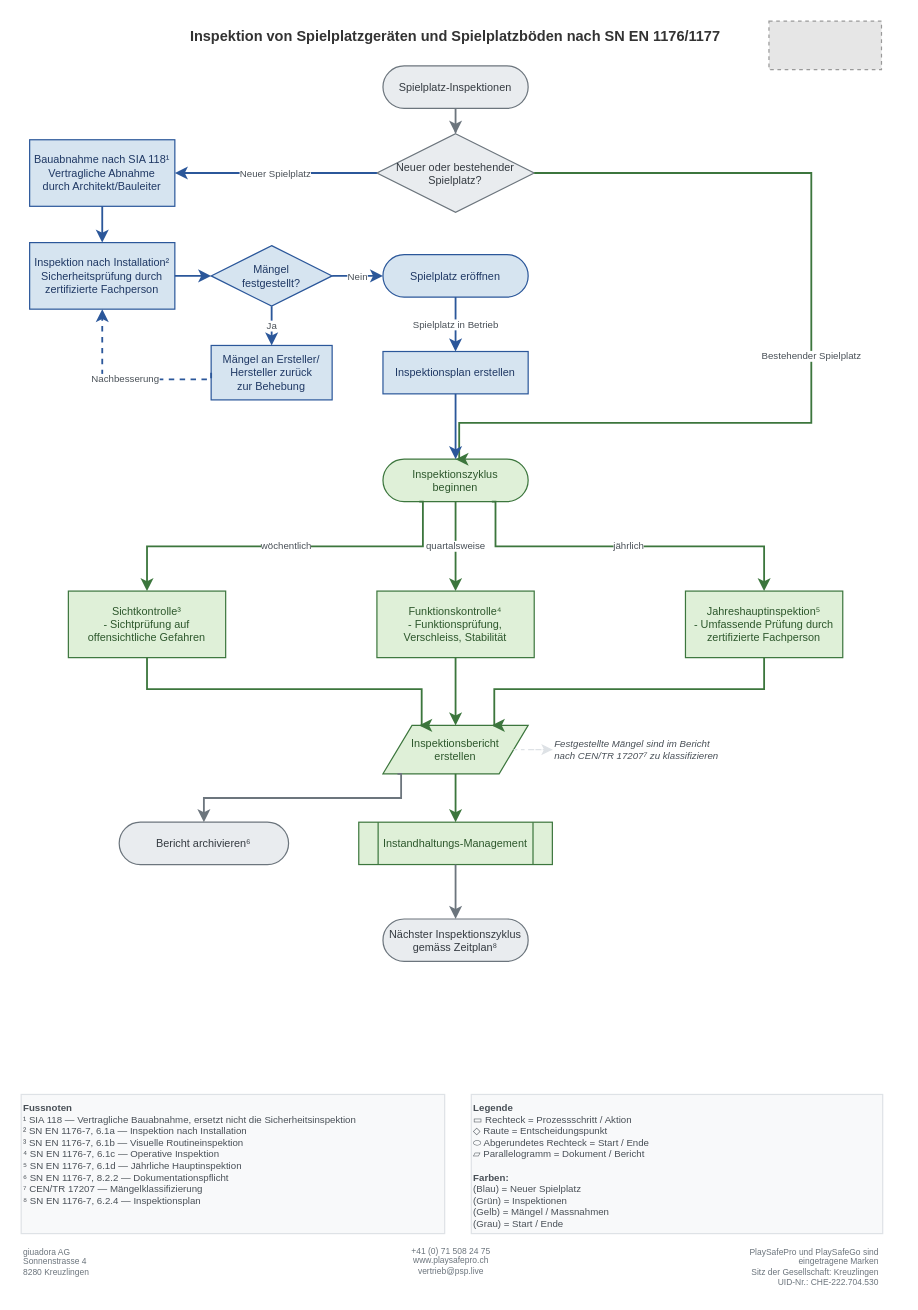
Before: Inspektion-von-Spielplatzgeraeten-und-Spielplatzboeden/Spielplatzinspektionen.drawio in giuadora/ch.playsafepro.flowcharts, a draw.io diagram. Source tidied: cells renumbered, new cells numbered last; positions are measured from the earlier drawing's top-left corner, leaving out a move shared by most shapes. Both pictures are drawn from the tidied source at 121%, with x=0, y=0 at pixel (21, 21). Pictures stored in the file or linked from it are replaced by grey dashed boxes.
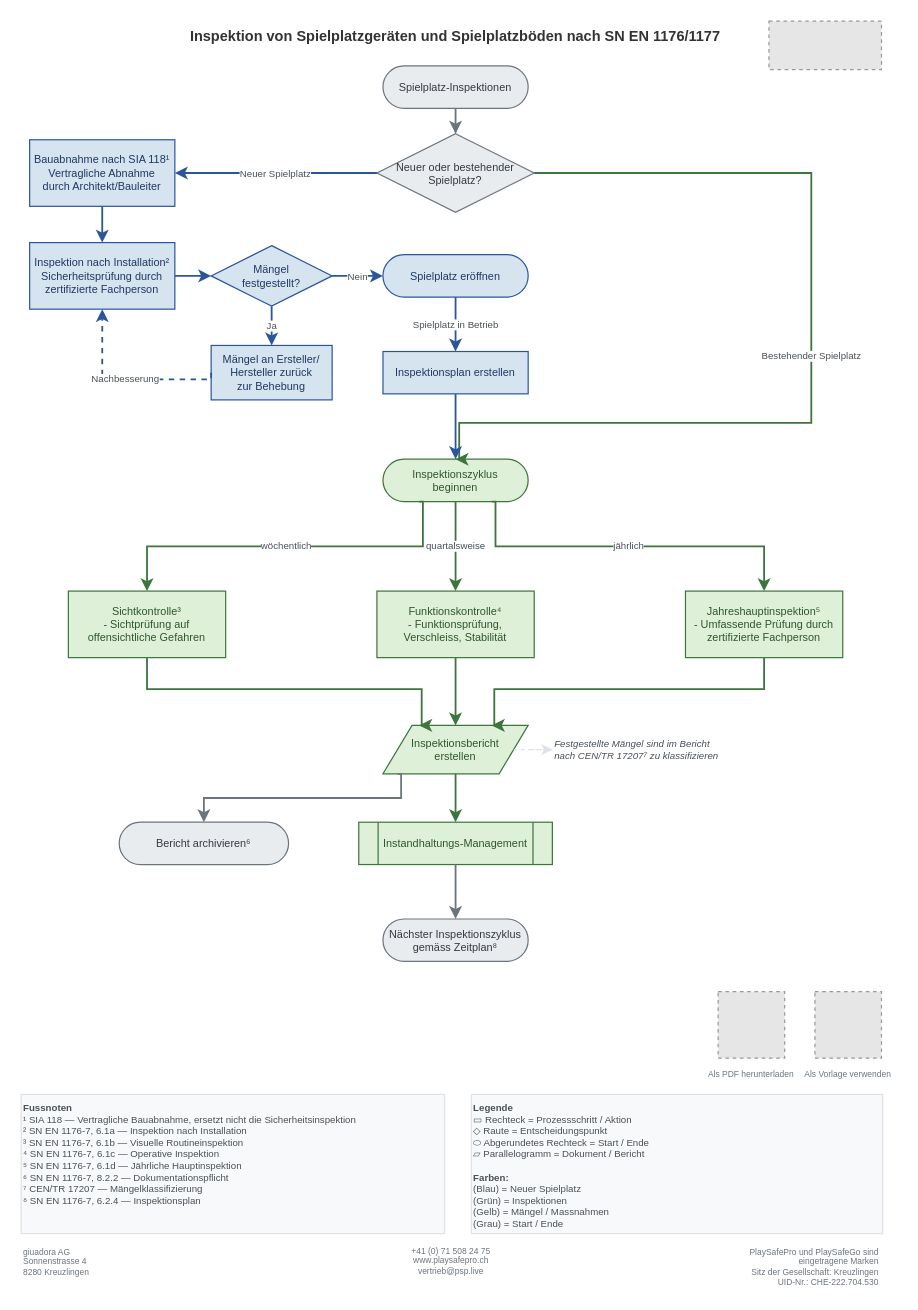
The same page after the edit.

The edit, as a diff of the source:
```diff
@@
+    <mxCell id="46" style="fillColor=#E6E6E6;strokeColor=#999999;dashed=1;verticalLabelPosition=bottom;labelBackgroundColor=default;verticalAlign=top;" parent="1" vertex="1">
+      <mxGeometry x="576" y="802" width="55" height="55" as="geometry" />
+    </mxCell>
+    <mxCell id="47" value="Als PDF herunterladen" style="text;html=1;align=center;verticalAlign=top;whiteSpace=wrap;fontSize=7;fontFamily=Helvetica;fontColor=#6C757D;" parent="1" vertex="1">
+      <mxGeometry x="563" y="860" width="81" height="15" as="geometry" />
+    </mxCell>
+    <mxCell id="48" style="fillColor=#E6E6E6;strokeColor=#999999;dashed=1;verticalLabelPosition=bottom;labelBackgroundColor=default;verticalAlign=top;" parent="1" vertex="1">
+      <mxGeometry x="656" y="802" width="55" height="55" as="geometry" />
+    </mxCell>
+    <mxCell id="49" value="Als Vorlage verwenden" style="text;html=1;align=center;verticalAlign=top;whiteSpace=wrap;fontSize=7;fontFamily=Helvetica;fontColor=#6C757D;" parent="1" vertex="1">
+      <mxGeometry x="643" y="860" width="81" height="15" as="geometry" />
+    </mxCell>
```
